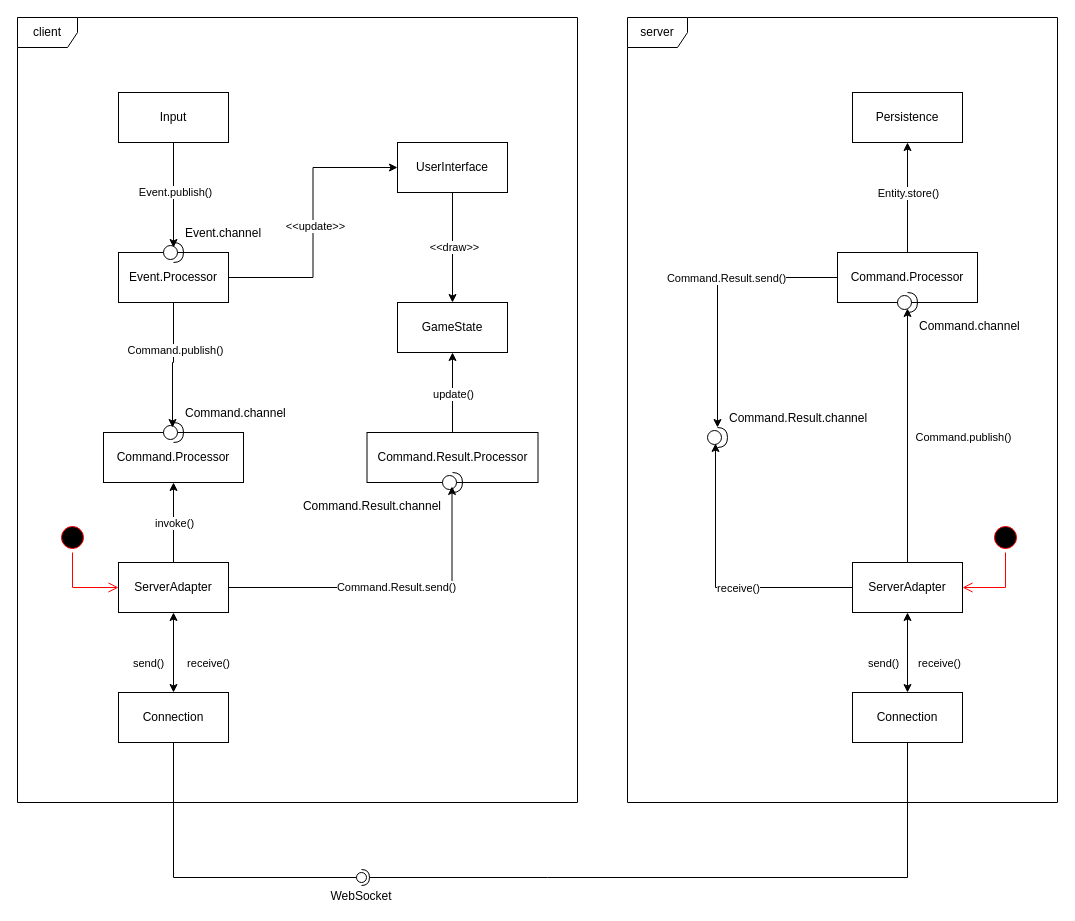
Above: docs/Untitled Diagram.drawio in fpiechowski/tabletop (draw.io), before the change. Source tidied: cells renumbered, new cells numbered last; positions are measured from the earlier drawing's top-left corner, leaving out a move shared by most shapes. Both pictures are drawn from the tidied source at 100%, with x=0, y=0 at pixel (17, 17).
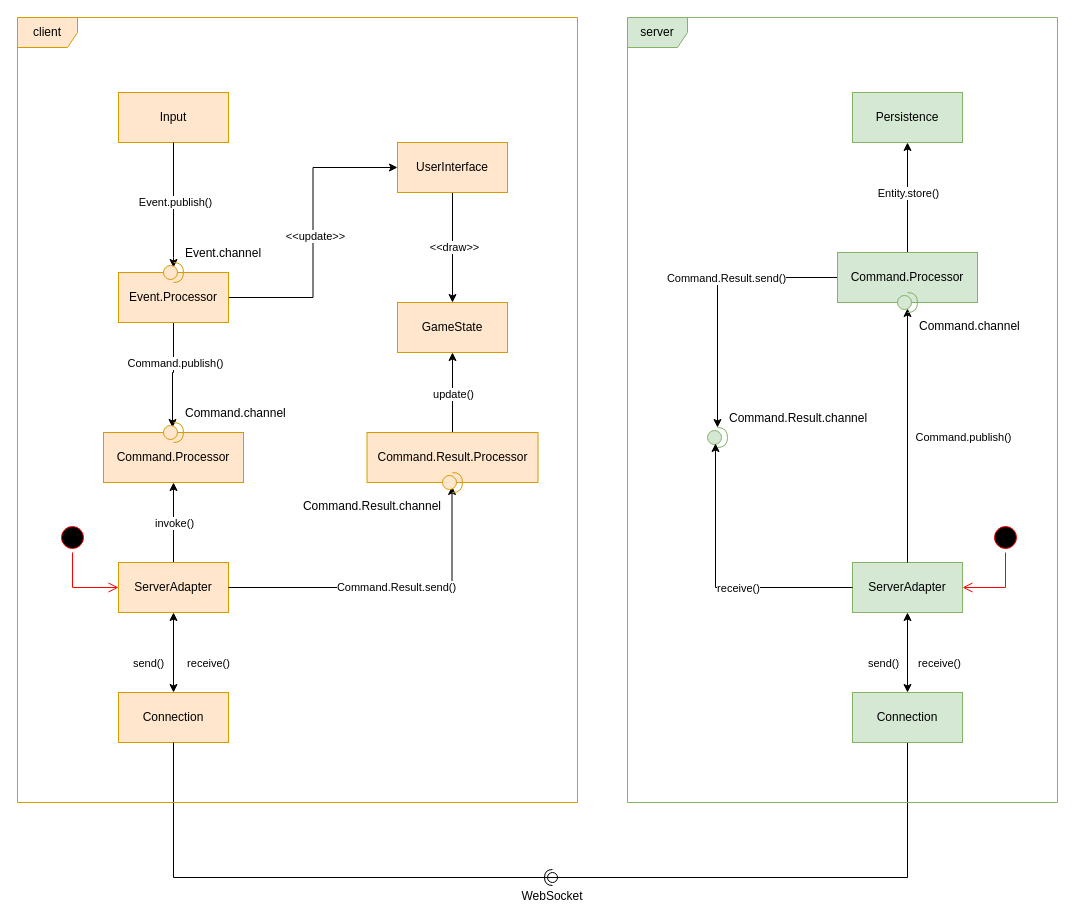
After the change.

The change refers to these unchanged cells:
```xml
<mxCell id="29" style="group;" parent="1" vertex="1">
  <mxGeometry x="610" width="430" height="785" as="geometry" />
</mxCell>
```

What changed in the source:
```diff
@@
-    <mxCell id="2" value="Input" style="html=1;whiteSpace=wrap;" parent="1" vertex="1">
+    <mxCell id="2" value="Input" style="html=1;whiteSpace=wrap;fillColor=#ffe6cc;strokeColor=#d79b00;" parent="1" vertex="1">
       <mxGeometry x="101" y="75" width="110" height="50" as="geometry" />
     </mxCell>
-    <mxCell id="3" style="group;" parent="1" vertex="1">
-      <mxGeometry x="101" y="225" width="110" height="60" as="geometry" />
-    </mxCell>
-    <mxCell id="4" value="Event.Processor" style="html=1;whiteSpace=wrap;" parent="3" vertex="1">
-      <mxGeometry y="10" width="110" height="50" as="geometry" />
-    </mxCell>
-    <mxCell id="5" value="Event.channel" style="shape=providedRequiredInterface;html=1;verticalLabelPosition=top;sketch=0;labelPosition=right;align=left;verticalAlign=bottom;" parent="3" vertex="1">
-      <mxGeometry x="45" width="20" height="20" as="geometry" />
-    </mxCell>
     <mxCell id="6" style="edgeStyle=orthogonalEdgeStyle;rounded=0;jettySize=auto;html=1;exitX=0.5;exitY=1;exitDx=0;exitDy=0;entryX=0.5;entryY=0.25;entryDx=0;entryDy=0;entryPerimeter=0;" parent="1" edge="1" source="2" target="5">
-      <mxGeometry relative="1" as="geometry" />
+      <mxGeometry relative="1" as="geometry">
+        <Array as="points">
+          <mxPoint x="156" y="240" />
+        </Array>
+      </mxGeometry>
     </mxCell>
@@
-    <mxCell id="8" style="group;" parent="1" vertex="1">
-      <mxGeometry x="86" y="405" width="140" height="60" as="geometry" />
-    </mxCell>
-    <mxCell id="9" value="Command.Processor" style="html=1;whiteSpace=wrap;" parent="8" vertex="1">
-      <mxGeometry y="10" width="140" height="50" as="geometry" />
-    </mxCell>
-    <mxCell id="10" value="Command.channel" style="shape=providedRequiredInterface;html=1;verticalLabelPosition=top;sketch=0;labelPosition=right;align=left;verticalAlign=bottom;" parent="8" vertex="1">
-      <mxGeometry x="60" width="20" height="20" as="geometry" />
-    </mxCell>
@@
-    <mxCell id="18" value="ServerAdapter" style="html=1;whiteSpace=wrap;" parent="1" vertex="1">
+    <mxCell id="18" value="ServerAdapter" style="html=1;whiteSpace=wrap;fillColor=#ffe6cc;strokeColor=#d79b00;" parent="1" vertex="1">
       <mxGeometry x="101" y="545" width="110" height="50" as="geometry" />
     </mxCell>
-    <mxCell id="19" value="Connection" style="html=1;whiteSpace=wrap;" parent="1" vertex="1">
+    <mxCell id="19" value="Connection" style="html=1;whiteSpace=wrap;fillColor=#ffe6cc;strokeColor=#d79b00;" parent="1" vertex="1">
       <mxGeometry x="101" y="675" width="110" height="50" as="geometry" />
     </mxCell>
@@
     <mxCell id="22" value="WebSocket" style="ellipse;whiteSpace=wrap;html=1;align=center;fillColor=none;strokeColor=none;perimeter=centerPerimeter;points=[];outlineConnect=1;labelPosition=center;verticalLabelPosition=bottom;verticalAlign=top;" parent="1" vertex="1">
-      <mxGeometry x="339" y="855" width="10" height="10" as="geometry" />
+      <mxGeometry x="530" y="855" width="10" height="10" as="geometry" />
     </mxCell>
-    <mxCell id="23" value="client" style="shape=umlFrame;whiteSpace=wrap;html=1;" parent="1" vertex="1">
+    <mxCell id="23" value="client" style="shape=umlFrame;whiteSpace=wrap;html=1;fillColor=#ffe6cc;strokeColor=#d79b00;" parent="1" vertex="1">
       <mxGeometry width="560" height="785" as="geometry" />
     </mxCell>
@@
-    <mxCell id="26" style="group;" parent="1" vertex="1">
-      <mxGeometry x="349.5" y="415" width="171" height="60" as="geometry" />
-    </mxCell>
-    <mxCell id="27" value="Command.Result.Processor" style="html=1;whiteSpace=wrap;" parent="26" vertex="1">
-      <mxGeometry width="171" height="50" as="geometry" />
-    </mxCell>
-    <mxCell id="28" value="Command.Result.channel" style="shape=providedRequiredInterface;html=1;verticalLabelPosition=bottom;sketch=0;labelPosition=left;align=right;verticalAlign=top;" parent="26" vertex="1">
-      <mxGeometry x="75.5" y="40" width="20" height="20" as="geometry" />
-    </mxCell>
@@
-    <mxCell id="30" value="ServerAdapter" style="html=1;whiteSpace=wrap;" parent="29" vertex="1">
+    <mxCell id="30" value="ServerAdapter" style="html=1;whiteSpace=wrap;fillColor=#d5e8d4;strokeColor=#82b366;" parent="29" vertex="1">
       <mxGeometry x="225" y="545" width="110" height="50" as="geometry" />
     </mxCell>
-    <mxCell id="31" style="group;" parent="29" vertex="1">
-      <mxGeometry x="210" y="235" width="140" height="60" as="geometry" />
-    </mxCell>
-    <mxCell id="32" value="Command.Processor" style="html=1;whiteSpace=wrap;" parent="31" vertex="1">
-      <mxGeometry width="140" height="50" as="geometry" />
-    </mxCell>
-    <mxCell id="33" value="Command.channel" style="shape=providedRequiredInterface;html=1;verticalLabelPosition=bottom;sketch=0;labelPosition=right;align=left;verticalAlign=top;" parent="31" vertex="1">
-      <mxGeometry x="60" y="40" width="20" height="20" as="geometry" />
-    </mxCell>
@@
-    <mxCell id="36" value="Persistence" style="html=1;whiteSpace=wrap;" parent="29" vertex="1">
+    <mxCell id="36" value="Persistence" style="html=1;whiteSpace=wrap;fillColor=#d5e8d4;strokeColor=#82b366;" parent="29" vertex="1">
       <mxGeometry x="225" y="75" width="110" height="50" as="geometry" />
     </mxCell>
-    <mxCell id="37" value="Connection" style="html=1;whiteSpace=wrap;" parent="29" vertex="1">
+    <mxCell id="37" value="Connection" style="html=1;whiteSpace=wrap;fillColor=#d5e8d4;strokeColor=#82b366;" parent="29" vertex="1">
       <mxGeometry x="225" y="675" width="110" height="50" as="geometry" />
     </mxCell>
@@
-    <mxCell id="41" value="server" style="shape=umlFrame;whiteSpace=wrap;html=1;" parent="29" vertex="1">
+    <mxCell id="41" value="server" style="shape=umlFrame;whiteSpace=wrap;html=1;fillColor=#d5e8d4;strokeColor=#82b366;" parent="29" vertex="1">
       <mxGeometry width="430" height="785" as="geometry" />
     </mxCell>
@@
-    <mxCell id="44" value="Command.Result.channel" style="shape=providedRequiredInterface;html=1;verticalLabelPosition=top;sketch=0;labelPosition=right;align=left;verticalAlign=bottom;" parent="29" vertex="1">
+    <mxCell id="44" value="Command.Result.channel" style="shape=providedRequiredInterface;html=1;verticalLabelPosition=top;sketch=0;labelPosition=right;align=left;verticalAlign=bottom;fillColor=#d5e8d4;strokeColor=#82b366;" parent="29" vertex="1">
       <mxGeometry x="80" y="410" width="20" height="20" as="geometry" />
     </mxCell>
@@
+    <mxCell id="32" value="Command.Processor" style="html=1;whiteSpace=wrap;fillColor=#d5e8d4;strokeColor=#82b366;" parent="29" vertex="1">
+      <mxGeometry x="210" y="235" width="140" height="50" as="geometry" />
+    </mxCell>
+    <mxCell id="33" value="Command.channel" style="shape=providedRequiredInterface;html=1;verticalLabelPosition=bottom;sketch=0;labelPosition=right;align=left;verticalAlign=top;fillColor=#d5e8d4;strokeColor=#82b366;" parent="29" vertex="1">
+      <mxGeometry x="270" y="275" width="20" height="20" as="geometry" />
+    </mxCell>
@@
-    <mxCell id="53" value="GameState" style="html=1;whiteSpace=wrap;" parent="1" vertex="1">
+    <mxCell id="53" value="GameState" style="html=1;whiteSpace=wrap;fillColor=#ffe6cc;strokeColor=#d79b00;" parent="1" vertex="1">
       <mxGeometry x="380" y="285" width="110" height="50" as="geometry" />
     </mxCell>
@@
-    <mxCell id="58" value="UserInterface" style="html=1;whiteSpace=wrap;" parent="1" vertex="1">
+    <mxCell id="58" value="UserInterface" style="html=1;whiteSpace=wrap;fillColor=#ffe6cc;strokeColor=#d79b00;" parent="1" vertex="1">
       <mxGeometry x="380" y="125" width="110" height="50" as="geometry" />
     </mxCell>
@@
+    <mxCell id="27" value="Command.Result.Processor" style="html=1;whiteSpace=wrap;fillColor=#ffe6cc;strokeColor=#d79b00;" parent="1" vertex="1">
+      <mxGeometry x="349.5" y="415" width="171" height="50" as="geometry" />
+    </mxCell>
+    <mxCell id="28" value="Command.Result.channel" style="shape=providedRequiredInterface;html=1;verticalLabelPosition=bottom;sketch=0;labelPosition=left;align=right;verticalAlign=top;fillColor=#ffe6cc;strokeColor=#d79b00;" parent="1" vertex="1">
+      <mxGeometry x="425" y="455" width="20" height="20" as="geometry" />
+    </mxCell>
+    <mxCell id="9" value="Command.Processor" style="html=1;whiteSpace=wrap;fillColor=#ffe6cc;strokeColor=#d79b00;" parent="1" vertex="1">
+      <mxGeometry x="86" y="415" width="140" height="50" as="geometry" />
+    </mxCell>
+    <mxCell id="10" value="Command.channel" style="shape=providedRequiredInterface;html=1;verticalLabelPosition=top;sketch=0;labelPosition=right;align=left;verticalAlign=bottom;fillColor=#ffe6cc;strokeColor=#d79b00;" parent="1" vertex="1">
+      <mxGeometry x="146" y="405" width="20" height="20" as="geometry" />
+    </mxCell>
+    <mxCell id="4" value="Event.Processor" style="html=1;whiteSpace=wrap;fillColor=#ffe6cc;strokeColor=#d79b00;" parent="1" vertex="1">
+      <mxGeometry x="101" y="255" width="110" height="50" as="geometry" />
+    </mxCell>
+    <mxCell id="5" value="Event.channel" style="shape=providedRequiredInterface;html=1;verticalLabelPosition=top;sketch=0;labelPosition=right;align=left;verticalAlign=bottom;fillColor=#ffe6cc;strokeColor=#d79b00;" parent="1" vertex="1">
+      <mxGeometry x="146" y="245" width="20" height="20" as="geometry" />
+    </mxCell>
```
